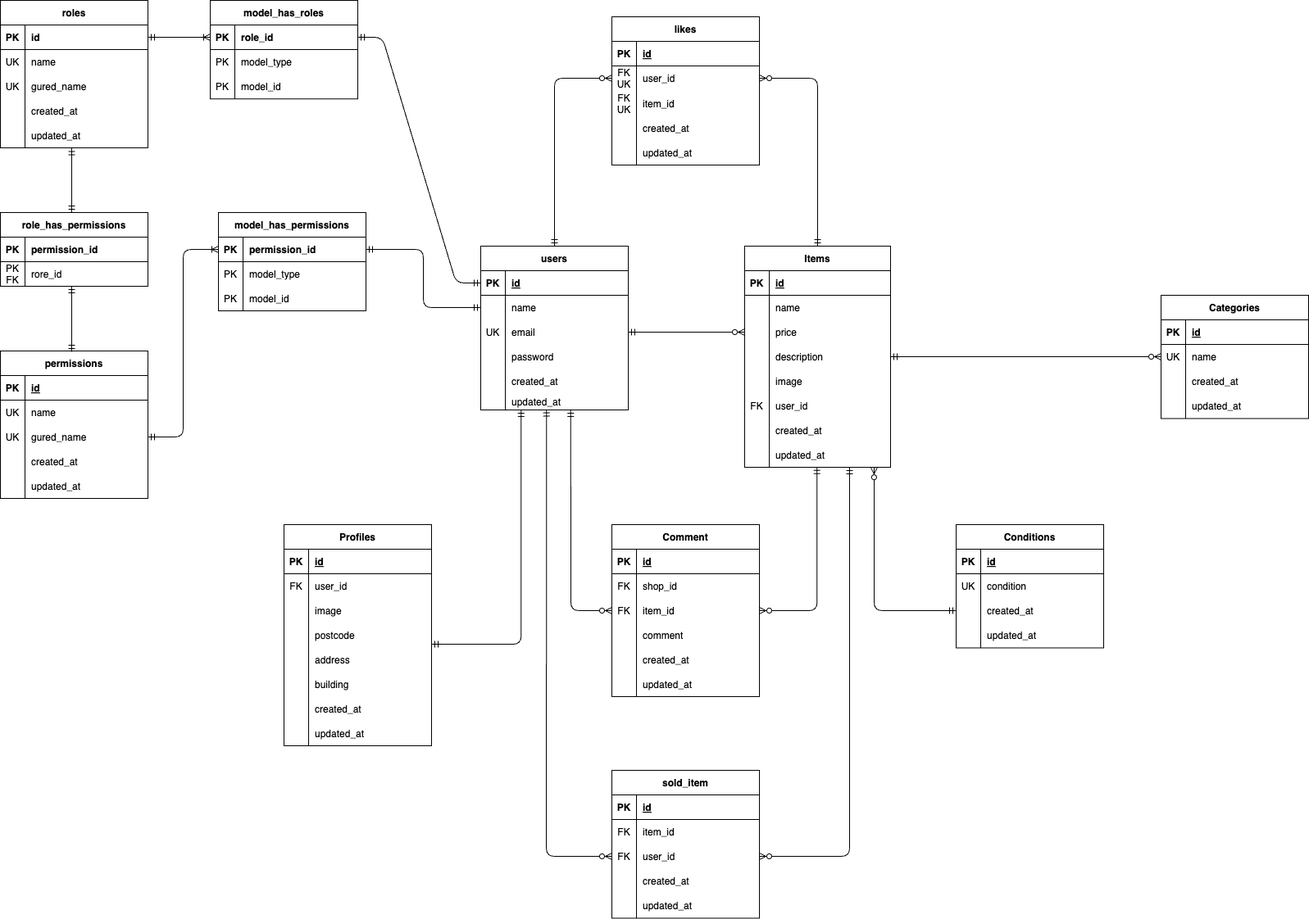
This is free-er.drawio.png from mdrgreen39/coachtech-furima, a draw.io export, as it was before one commit. Source tidied: cells renumbered, new cells last; positions are measured from the earlier drawing's top-left corner, leaving out a move shared by most shapes.
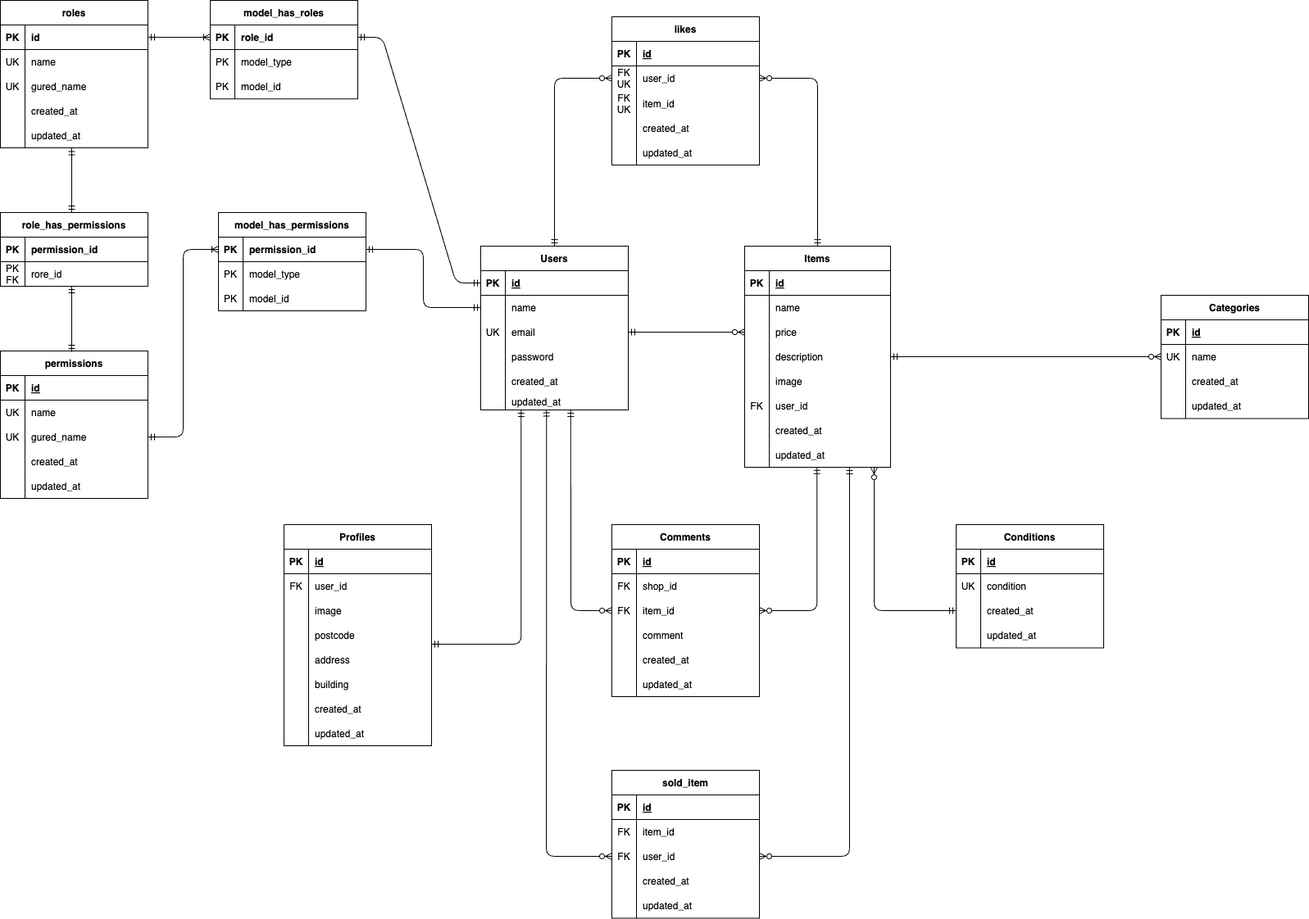
Later version of the same file.

Change to the diagram source:
```diff
@@ -2,7 +2,7 @@
   <root>
     <mxCell id="0" />
     <mxCell id="1" parent="0" />
-    <mxCell id="2" value="users" style="shape=table;startSize=30;rowLines=0;fontStyle=1;align=center;fillColor=none;fontColor=#000000;strokeColor=#000000;" parent="1" vertex="1">
+    <mxCell id="2" value="Users" style="shape=table;startSize=30;rowLines=0;fontStyle=1;align=center;fillColor=none;fontColor=#000000;strokeColor=#000000;" parent="1" vertex="1">
       <mxGeometry x="586" y="300" width="180" height="200" as="geometry" />
     </mxCell>
     <mxCell id="3" style="shape=tableRow;horizontal=0;startSize=0;swimlaneHead=0;swimlaneBody=0;fillColor=none;points=[[0,0.5],[1,0.5]];portConstraint=eastwest;top=0;left=0;right=0;bottom=1;strokeColor=#000000;" parent="2" vertex="1">
@@ -476,7 +476,7 @@
     <mxCell id="159" value="model_id" style="shape=partialRectangle;fillColor=none;top=0;left=0;bottom=0;right=0;align=left;spacingLeft=6;overflow=hidden;fontColor=#000000;strokeColor=#000000;" parent="157" vertex="1">
       <mxGeometry x="30" width="150" height="30" as="geometry" />
     </mxCell>
-    <mxCell id="160" value="Comment" style="shape=table;startSize=30;rowLines=0;fontStyle=1;align=center;fillColor=none;fontColor=#000000;strokeColor=#000000;" parent="1" vertex="1">
+    <mxCell id="160" value="Comments" style="shape=table;startSize=30;rowLines=0;fontStyle=1;align=center;fillColor=none;fontColor=#000000;strokeColor=#000000;" parent="1" vertex="1">
       <mxGeometry x="746" y="640" width="180" height="210" as="geometry" />
     </mxCell>
     <mxCell id="161" style="shape=tableRow;horizontal=0;startSize=0;swimlaneHead=0;swimlaneBody=0;fillColor=none;top=0;left=0;right=0;bottom=1;strokeColor=#000000;" parent="160" vertex="1">
```
